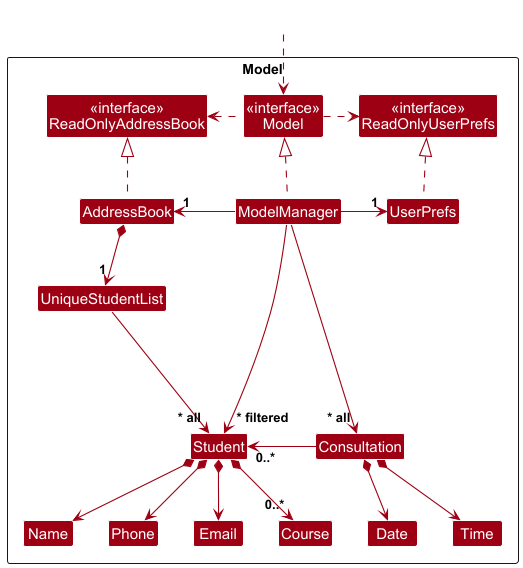
Before: docs/images/ModelClassDiagram.png, a diagram exported from PlantUML (nus-cs2103-AY2425S1/tp).
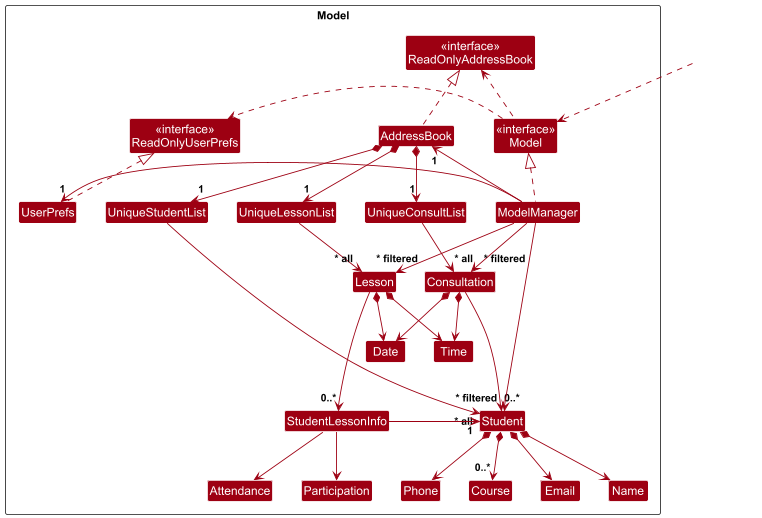
Later version of the same file.

Commit message:
Update Model Text & UML in DG

Diff of the diagram source:
```diff
@@ -19,9 +19,16 @@
 Class Phone
 Class Course
 
+Class UniqueConsultList
 Class Consultation
 Class Date
 Class Time
+
+Class UniqueLessonList
+Class Lesson
+Class StudentLessonInfo
+Class Attendance
+Class Participation
 
 Class I #FFFFFF
 }
@@ -39,24 +46,34 @@
 UserPrefs .up.|> ReadOnlyUserPrefs
 
 AddressBook *--> "1" UniqueStudentList
-ModelManager --> "~* all" Consultation
 UniqueStudentList --> "~* all" Student
 Student *--> Name
 Student *--> Phone
 Student *--> Email
 Student *--> "0..*" Course
 
-
+AddressBook *--> "1" UniqueConsultList
+UniqueConsultList --> "~* all" Consultation
 Consultation *--> Date
 Consultation *--> Time
-Consultation -left-> "0..*" Student
+Consultation -down--> "0..*" Student
+
+AddressBook *--> "1" UniqueLessonList
+UniqueLessonList --> "~* all" Lesson
+Lesson *--> Date
+Lesson *--> Time
+Lesson -down--> "0..*" StudentLessonInfo
+
+StudentLessonInfo -left-> "1" Student
+StudentLessonInfo -down-> Attendance
+StudentLessonInfo -down-> Participation
 
 Student -[hidden]up--> I
 UniqueStudentList -[hidden]right-> I
+UniqueConsultList -[hidden]left-> I
+UniqueLessonList -[hidden]right-> I
 
-Name -[hidden]right-> Phone
-Phone -[hidden]right-> Date
-Date -[hidden]right-> Time
-
-ModelManager --> "~* filtered" Student
+ModelManager -right--> "~* filtered" Student
+ModelManager --> "~* filtered" Consultation
+ModelManager -right--> "~* filtered" Lesson
 @enduml
```
